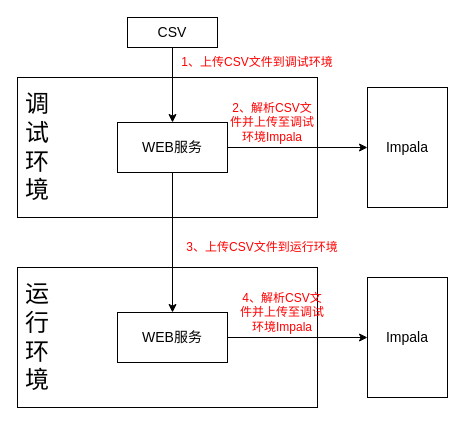
This is page "Page-2" (2 of 4) of Untitled Diagram.drawio from smduan/draw.io, a draw.io file, before an edit. Source tidied: cells renumbered, new cells numbered last; positions are measured from the earlier drawing's top-left corner, leaving out a move shared by most shapes. Both pictures are drawn from the tidied source at 100%, with x=0, y=0 at pixel (17, 17).
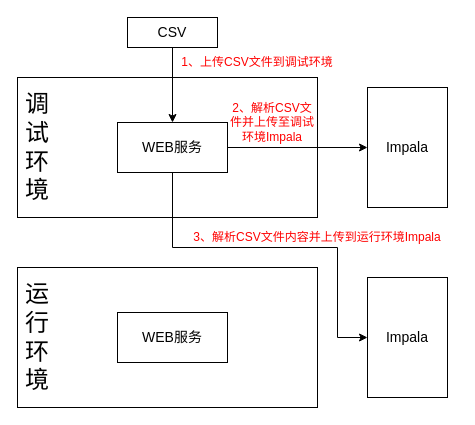
After the change.

Change to the diagram source:
```diff
@@
 <mxGraphModel>
   <root>
     <mxCell id="0" />
     <mxCell id="1" parent="0" />
     <mxCell id="2" style="rounded=0;whiteSpace=wrap;html=1;" parent="1" vertex="1">
       <mxGeometry y="250" width="300" height="140" as="geometry" />
     </mxCell>
     <mxCell id="3" value="&lt;font style=&quot;font-size: 24px&quot;&gt;运行环境&lt;/font&gt;" style="text;html=1;strokeColor=none;fillColor=none;align=center;verticalAlign=middle;whiteSpace=wrap;rounded=0;" parent="1" vertex="1">
       <mxGeometry x="10" y="280" width="20" height="80" as="geometry" />
     </mxCell>
-    <mxCell id="4" style="edgeStyle=orthogonalEdgeStyle;rounded=0;jettySize=auto;html=1;exitX=1;exitY=0.5;exitDx=0;exitDy=0;entryX=0;entryY=0.5;entryDx=0;entryDy=0;" parent="1" edge="1" source="5" target="6">
-      <mxGeometry relative="1" as="geometry" />
-    </mxCell>
     <mxCell id="5" value="&lt;span style=&quot;font-size: 14px&quot;&gt;WEB服务&lt;/span&gt;" style="rounded=0;whiteSpace=wrap;html=1;" parent="1" vertex="1">
       <mxGeometry x="100" y="295" width="110" height="50" as="geometry" />
     </mxCell>
     <mxCell id="6" value="&lt;font style=&quot;font-size: 14px&quot;&gt;Impala&lt;/font&gt;" style="rounded=0;whiteSpace=wrap;html=1;" parent="1" vertex="1">
       <mxGeometry x="350" y="260" width="80" height="120" as="geometry" />
     </mxCell>
     <mxCell id="7" value="&lt;font style=&quot;font-size: 14px&quot;&gt;CSV&lt;/font&gt;" style="rounded=0;whiteSpace=wrap;html=1;" parent="1" vertex="1">
       <mxGeometry x="110" width="90" height="30" as="geometry" />
     </mxCell>
     <mxCell id="8" style="rounded=0;whiteSpace=wrap;html=1;" parent="1" vertex="1">
       <mxGeometry y="60" width="300" height="140" as="geometry" />
     </mxCell>
     <mxCell id="9" value="&lt;font style=&quot;font-size: 24px&quot;&gt;调试环境&lt;/font&gt;" style="text;html=1;strokeColor=none;fillColor=none;align=center;verticalAlign=middle;whiteSpace=wrap;rounded=0;" parent="1" vertex="1">
       <mxGeometry x="10" y="90" width="20" height="80" as="geometry" />
     </mxCell>
     <mxCell id="10" style="edgeStyle=orthogonalEdgeStyle;rounded=0;jettySize=auto;html=1;exitX=1;exitY=0.5;exitDx=0;exitDy=0;entryX=0;entryY=0.5;entryDx=0;entryDy=0;" parent="1" edge="1" source="12" target="13">
       <mxGeometry relative="1" as="geometry" />
     </mxCell>
-    <mxCell id="11" style="edgeStyle=orthogonalEdgeStyle;rounded=0;jettySize=auto;html=1;exitX=0.5;exitY=1;exitDx=0;exitDy=0;entryX=0.5;entryY=0;entryDx=0;entryDy=0;" parent="1" edge="1" source="12" target="5">
-      <mxGeometry relative="1" as="geometry" />
+    <mxCell id="11" style="edgeStyle=orthogonalEdgeStyle;rounded=0;jettySize=auto;html=1;exitX=0.5;exitY=1;exitDx=0;exitDy=0;entryX=0;entryY=0.5;entryDx=0;entryDy=0;" parent="1" edge="1" source="12" target="6">
+      <mxGeometry relative="1" as="geometry">
+        <Array as="points">
+          <mxPoint x="155" y="230" />
+          <mxPoint x="320" y="230" />
+          <mxPoint x="320" y="320" />
+        </Array>
+      </mxGeometry>
     </mxCell>
     <mxCell id="12" value="&lt;span style=&quot;font-size: 14px&quot;&gt;WEB服务&lt;/span&gt;" style="rounded=0;whiteSpace=wrap;html=1;" parent="1" vertex="1">
       <mxGeometry x="100" y="105" width="110" height="50" as="geometry" />
     </mxCell>
     <mxCell id="13" value="&lt;font style=&quot;font-size: 14px&quot;&gt;Impala&lt;/font&gt;" style="rounded=0;whiteSpace=wrap;html=1;" parent="1" vertex="1">
       <mxGeometry x="350" y="70" width="80" height="120" as="geometry" />
     </mxCell>
     <mxCell id="14" style="edgeStyle=orthogonalEdgeStyle;rounded=0;jettySize=auto;html=1;exitX=0.5;exitY=1;exitDx=0;exitDy=0;entryX=0.5;entryY=0;entryDx=0;entryDy=0;" parent="1" edge="1" source="7" target="12">
       <mxGeometry relative="1" as="geometry" />
     </mxCell>
     <mxCell id="15" value="&lt;font color=&quot;#ff0000&quot;&gt;1、上传CSV文件到调试环境&lt;/font&gt;" style="text;html=1;strokeColor=none;fillColor=none;align=center;verticalAlign=middle;whiteSpace=wrap;rounded=0;" parent="1" vertex="1">
       <mxGeometry x="155" y="35" width="170" height="20" as="geometry" />
     </mxCell>
     <mxCell id="16" value="&lt;font color=&quot;#ff0000&quot;&gt;2、解析CSV文件并上传至调试环境Impala&lt;/font&gt;" style="text;html=1;strokeColor=none;fillColor=none;align=center;verticalAlign=middle;whiteSpace=wrap;rounded=0;" parent="1" vertex="1">
       <mxGeometry x="210" y="85" width="90" height="40" as="geometry" />
     </mxCell>
-    <mxCell id="17" value="&lt;font color=&quot;#ff0000&quot;&gt;4、解析CSV文件并上传至调试环境Impala&lt;/font&gt;" style="text;html=1;strokeColor=none;fillColor=none;align=center;verticalAlign=middle;whiteSpace=wrap;rounded=0;" parent="1" vertex="1">
-      <mxGeometry x="220" y="275" width="90" height="40" as="geometry" />
-    </mxCell>
-    <mxCell id="18" value="&lt;font color=&quot;#ff0000&quot;&gt;3、上传CSV文件到运行环境&lt;/font&gt;" style="text;html=1;strokeColor=none;fillColor=none;align=center;verticalAlign=middle;whiteSpace=wrap;rounded=0;" parent="1" vertex="1">
-      <mxGeometry x="160" y="220" width="170" height="20" as="geometry" />
+    <mxCell id="18" value="&lt;font color=&quot;#ff0000&quot;&gt;3、解析CSV文件内容并上传到运行环境Impala&lt;/font&gt;" style="text;html=1;strokeColor=none;fillColor=none;align=center;verticalAlign=middle;whiteSpace=wrap;rounded=0;" parent="1" vertex="1">
+      <mxGeometry x="160" y="210" width="280" height="20" as="geometry" />
     </mxCell>
   </root>
 </mxGraphModel>
```
